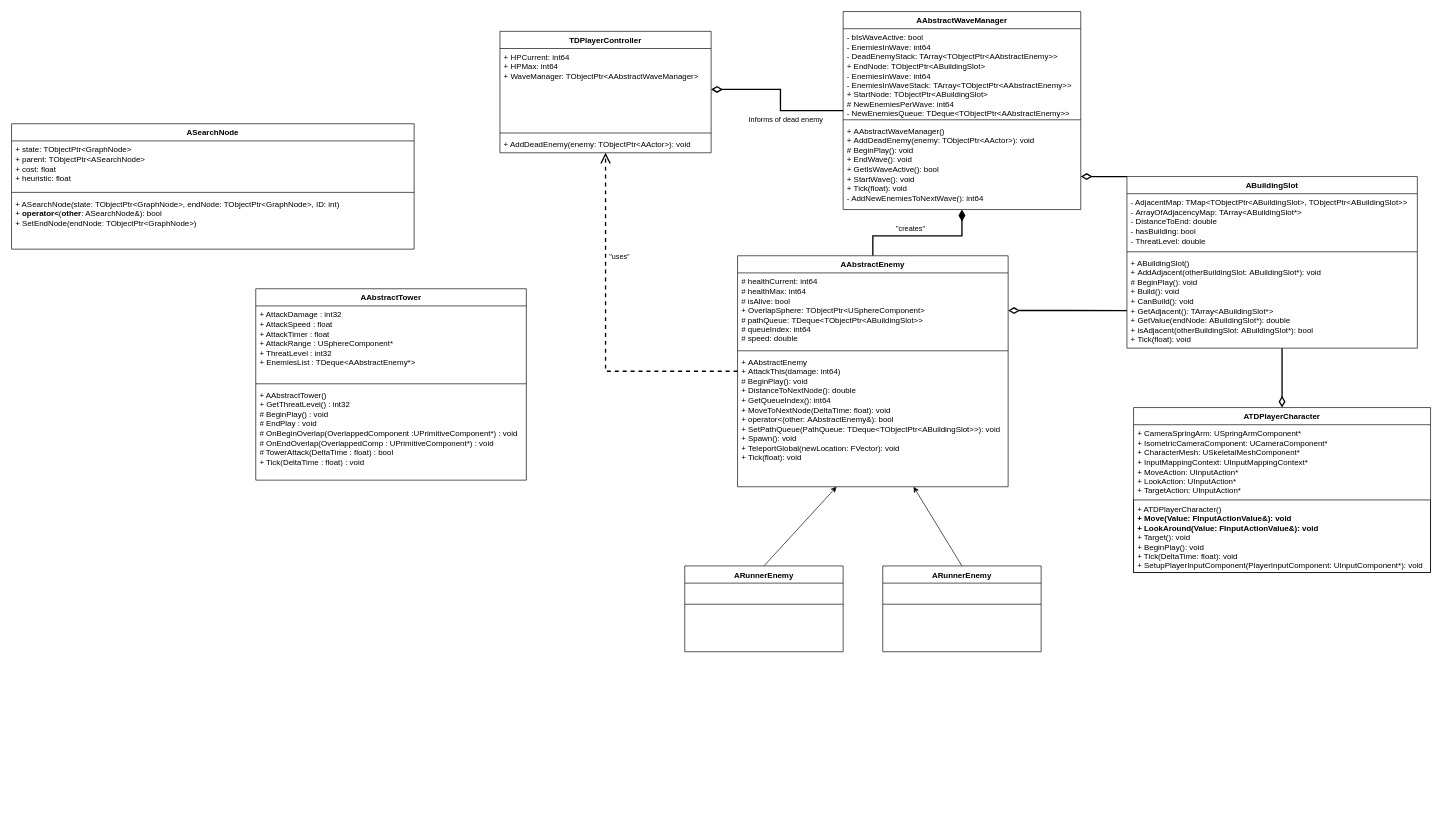
The draw.io diagram UML.drawio in herrkrabbe/Programming3TD, before the edit. Source tidied: cells renumbered, new cells numbered last; positions are measured from the earlier drawing's top-left corner, leaving out a move shared by most shapes. Both pictures are drawn from the tidied source at 66%, with x=0, y=0 at pixel (11, 11).
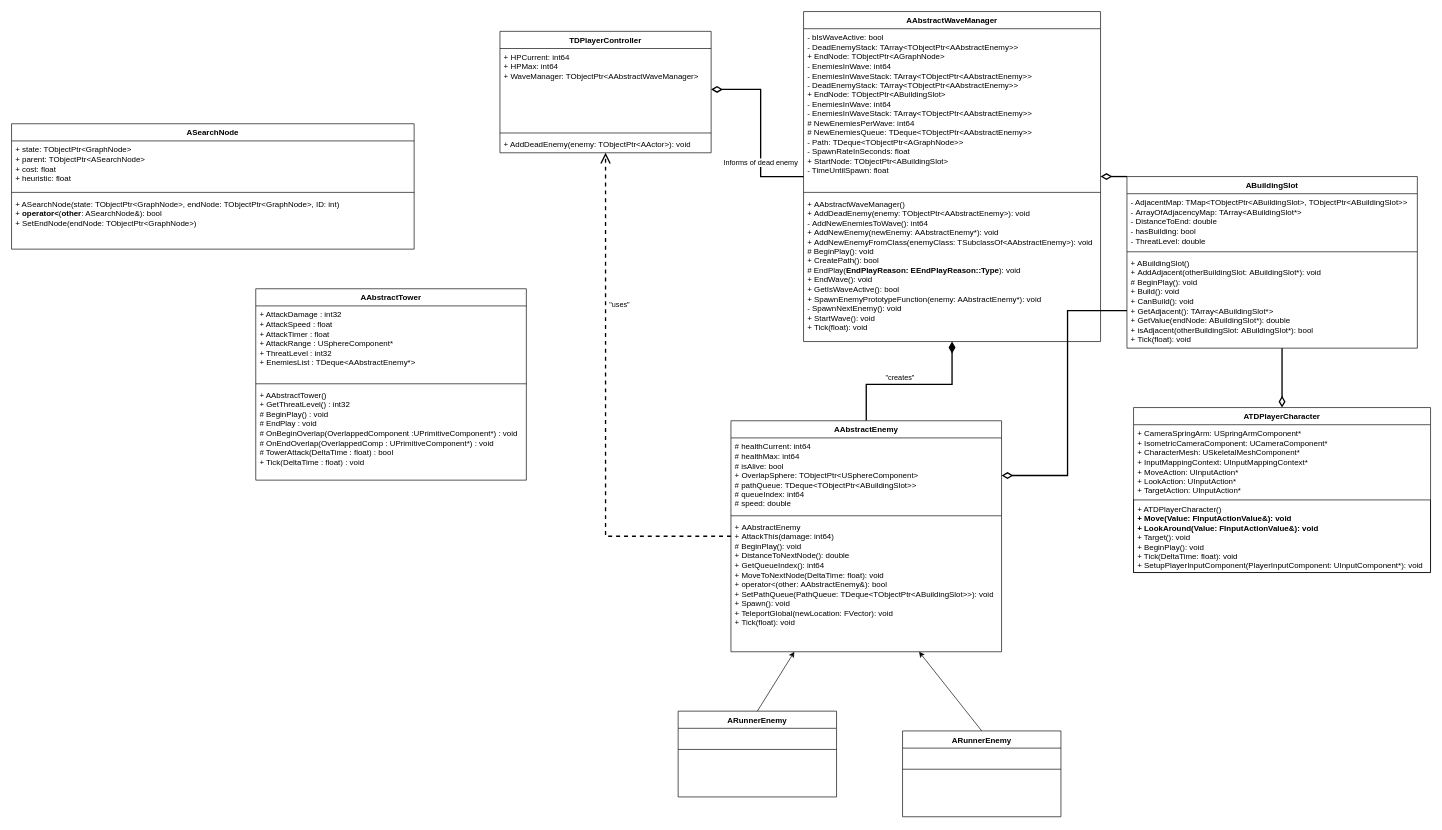
After the change.

Commit message:
UML: updated AbstractWaveManager

Diff of the diagram source:
```diff
@@
     <mxCell id="5" value="AAbstractWaveManager" style="swimlane;fontStyle=1;align=center;verticalAlign=top;horizontal=1;startSize=26;whiteSpace=wrap;html=1;" parent="1" vertex="1">
-      <mxGeometry x="1260" width="360" height="300" as="geometry" />
+      <mxGeometry x="1200" width="450" height="500" as="geometry" />
     </mxCell>
-    <mxCell id="6" value="- bIsWaveActive: bool&lt;br&gt;- EnemiesInWave: int64&lt;br&gt;&lt;div&gt;- DeadEnemyStack: TArray&amp;lt;TObjectPtr&amp;lt;AAbstractEnemy&amp;gt;&amp;gt;&lt;/div&gt;&lt;div&gt;+&amp;nbsp;EndNode:&amp;nbsp;TObjectPtr&amp;lt;ABuildingSlot&amp;gt;&lt;/div&gt;&lt;div&gt;-&amp;nbsp;EnemiesInWave: int64&lt;/div&gt;&lt;div&gt;-&amp;nbsp;EnemiesInWaveStack:&amp;nbsp;TArray&amp;lt;TObjectPtr&amp;lt;AAbstractEnemy&amp;gt;&amp;gt;&lt;/div&gt;&lt;div&gt;+&amp;nbsp;StartNode:&amp;nbsp;TObjectPtr&amp;lt;ABuildingSlot&amp;gt;&lt;/div&gt;&lt;div&gt;# NewEnemiesPerWave: int64&lt;/div&gt;&lt;div&gt;- NewEnemiesQueue: TDeque&amp;lt;TObjectPtr&amp;lt;AAbstractEnemy&amp;gt;&amp;gt;&lt;/div&gt;" style="text;strokeColor=none;fillColor=none;align=left;verticalAlign=top;spacingLeft=4;spacingRight=4;overflow=hidden;whiteSpace=wrap;html=1;" parent="5" vertex="1">
-      <mxGeometry y="26" width="360" height="134" as="geometry" />
+    <mxCell id="6" value="- bIsWaveActive: bool&lt;div&gt;-&amp;nbsp;DeadEnemyStack:&amp;nbsp;TArray&amp;lt;TObjectPtr&amp;lt;AAbstractEnemy&amp;gt;&amp;gt;&lt;/div&gt;&lt;div&gt;+&amp;nbsp;EndNode:&amp;nbsp;TObjectPtr&amp;lt;AGraphNode&amp;gt;&lt;br&gt;- EnemiesInWave: int64&lt;/div&gt;&lt;div&gt;- EnemiesInWaveStack: TArray&amp;lt;TObjectPtr&amp;lt;AAbstractEnemy&amp;gt;&amp;gt;&lt;br&gt;&lt;div&gt;- DeadEnemyStack: TArray&amp;lt;TObjectPtr&amp;lt;AAbstractEnemy&amp;gt;&amp;gt;&lt;/div&gt;&lt;div&gt;+&amp;nbsp;EndNode:&amp;nbsp;TObjectPtr&amp;lt;ABuildingSlot&amp;gt;&lt;/div&gt;&lt;div&gt;-&amp;nbsp;EnemiesInWave: int64&lt;/div&gt;&lt;div&gt;-&amp;nbsp;EnemiesInWaveStack:&amp;nbsp;TArray&amp;lt;TObjectPtr&amp;lt;AAbstractEnemy&amp;gt;&amp;gt;&lt;/div&gt;&lt;div&gt;# NewEnemiesPerWave: int64&lt;/div&gt;&lt;div&gt;# NewEnemiesQueue:&amp;nbsp;&lt;span style=&quot;background-color: initial;&quot;&gt;TDeque&amp;lt;TObjectPtr&amp;lt;AAbstractEnemy&amp;gt;&amp;gt;&lt;/span&gt;&lt;/div&gt;&lt;div&gt;&lt;span style=&quot;background-color: initial;&quot;&gt;- Path:&amp;nbsp;&lt;/span&gt;&lt;span style=&quot;background-color: initial;&quot;&gt;TDeque&amp;lt;TObjectPtr&amp;lt;AGraphNode&amp;gt;&amp;gt;&lt;/span&gt;&lt;/div&gt;&lt;div&gt;&lt;span style=&quot;background-color: initial;&quot;&gt;- SpawnRateInSeconds: float&lt;/span&gt;&lt;/div&gt;&lt;div&gt;+&amp;nbsp;StartNode:&amp;nbsp;TObjectPtr&amp;lt;ABuildingSlot&amp;gt;&lt;/div&gt;&lt;/div&gt;&lt;div&gt;- TimeUntilSpawn: float&lt;/div&gt;" style="text;strokeColor=none;fillColor=none;align=left;verticalAlign=top;spacingLeft=4;spacingRight=4;overflow=hidden;whiteSpace=wrap;html=1;" parent="5" vertex="1">
+      <mxGeometry y="26" width="450" height="244" as="geometry" />
     </mxCell>
     <mxCell id="7" style="line;strokeWidth=1;fillColor=none;align=left;verticalAlign=middle;spacingTop=-1;spacingLeft=3;spacingRight=3;labelPosition=right;strokeColor=inherit;" parent="5" vertex="1">
-      <mxGeometry y="160" width="360" height="8" as="geometry" />
+      <mxGeometry y="270" width="450" height="8" as="geometry" />
     </mxCell>
-    <mxCell id="8" value="+&amp;nbsp;AAbstractWaveManager()&lt;div&gt;+&amp;nbsp;AddDeadEnemy(enemy: TObjectPtr&amp;lt;AActor&amp;gt;): void&lt;/div&gt;&lt;div&gt;# BeginPlay(): void&lt;/div&gt;&lt;div&gt;+&amp;nbsp;EndWave(): void&lt;/div&gt;&lt;div&gt;+&amp;nbsp;GetIsWaveActive(): bool&lt;/div&gt;&lt;div&gt;+&amp;nbsp;StartWave(): void&lt;/div&gt;&lt;div&gt;+&amp;nbsp;Tick(float): void&lt;br&gt;&lt;/div&gt;&lt;div&gt;- AddNewEnemiesToNextWave(): int64&lt;/div&gt;" style="text;strokeColor=none;fillColor=none;align=left;verticalAlign=top;spacingLeft=4;spacingRight=4;overflow=hidden;whiteSpace=wrap;html=1;" parent="5" vertex="1">
-      <mxGeometry y="168" width="360" height="132" as="geometry" />
+    <mxCell id="8" value="+&amp;nbsp;AAbstractWaveManager()&lt;div&gt;+&amp;nbsp;AddDeadEnemy(enemy: TObjectPtr&amp;lt;AAbstractEnemy&amp;gt;): void&lt;/div&gt;&lt;div&gt;-&amp;nbsp;AddNewEnemiesToWave(): int64&lt;/div&gt;&lt;div&gt;+&amp;nbsp;&lt;span style=&quot;white-space: normal;&quot;&gt;&lt;span style=&quot;background-color: initial;&quot;&gt;AddNewEnemy(newEnemy:&amp;nbsp;&lt;/span&gt;&lt;/span&gt;&lt;span style=&quot;background-color: initial;&quot;&gt;AAbstractEnemy*&lt;/span&gt;&lt;span style=&quot;background-color: initial;&quot;&gt;&lt;span style=&quot;background-color: initial;&quot;&gt;):&amp;nbsp;&lt;/span&gt;&lt;/span&gt;&lt;span style=&quot;background-color: initial;&quot;&gt;void&lt;/span&gt;&lt;/div&gt;&lt;div&gt;&lt;span style=&quot;background-color: initial;&quot;&gt;+&amp;nbsp;&lt;/span&gt;&lt;span style=&quot;white-space: normal;&quot;&gt;&lt;span style=&quot;background-color: initial;&quot;&gt;AddNewEnemyFromClass(&lt;/span&gt;&lt;/span&gt;&lt;span style=&quot;background-color: initial;&quot;&gt;enemyClass&lt;/span&gt;&lt;span style=&quot;background-color: initial;&quot;&gt;&lt;span style=&quot;background-color: initial;&quot;&gt;: TSubclassOf&amp;lt;AAbstractEnemy&amp;gt;):&amp;nbsp;&lt;/span&gt;&lt;/span&gt;&lt;span style=&quot;background-color: initial;&quot;&gt;void&lt;/span&gt;&lt;span style=&quot;background-color: initial;&quot;&gt;&amp;nbsp;&lt;/span&gt;&lt;/div&gt;&lt;div&gt;# BeginPlay(): void&lt;/div&gt;&lt;div&gt;+&amp;nbsp;&lt;span style=&quot;white-space: normal;&quot;&gt;&lt;span style=&quot;background-color: initial;&quot;&gt;CreatePath(): bool&lt;/span&gt;&lt;/span&gt;&lt;/div&gt;&lt;div&gt;&lt;span style=&quot;background-color: initial;&quot;&gt;&lt;div style=&quot;&quot;&gt;&lt;span style=&quot;white-space: normal;&quot;&gt;# EndPlay(&lt;b&gt;EndPlayReason:&amp;nbsp;&lt;/b&gt;&lt;/span&gt;&lt;span style=&quot;background-color: initial;&quot;&gt;&lt;b&gt;EEndPlayReason::Type&lt;/b&gt;&lt;/span&gt;&lt;span style=&quot;background-color: initial;&quot;&gt;):&amp;nbsp;&lt;/span&gt;&lt;span style=&quot;background-color: initial;&quot;&gt;void&lt;/span&gt;&lt;span style=&quot;background-color: initial;&quot;&gt;&amp;nbsp;&lt;/span&gt;&lt;/div&gt;&lt;/span&gt;&lt;/div&gt;&lt;div&gt;+&amp;nbsp;EndWave(): void&lt;/div&gt;&lt;div&gt;+&amp;nbsp;GetIsWaveActive(): bool&lt;/div&gt;&lt;div&gt;+&amp;nbsp;SpawnEnemyPrototypeFunction(enemy: AAbstractEnemy*): void&lt;/div&gt;&lt;div&gt;-&amp;nbsp;SpawnNextEnemy(): void&lt;/div&gt;&lt;div&gt;+&amp;nbsp;StartWave(): void&lt;/div&gt;&lt;div&gt;+&amp;nbsp;Tick(float): void&lt;br&gt;&lt;/div&gt;" style="text;strokeColor=none;fillColor=none;align=left;verticalAlign=top;spacingLeft=4;spacingRight=4;overflow=hidden;whiteSpace=wrap;html=1;" parent="5" vertex="1">
+      <mxGeometry y="278" width="450" height="222" as="geometry" />
     </mxCell>
@@
     <mxCell id="11" value="AAbstractEnemy" style="swimlane;fontStyle=1;align=center;verticalAlign=top;horizontal=1;startSize=26;whiteSpace=wrap;html=1;" parent="1" vertex="1">
-      <mxGeometry x="1100" y="370" width="410" height="350" as="geometry" />
+      <mxGeometry x="1090" y="620" width="410" height="350" as="geometry" />
     </mxCell>
@@
     <mxCell id="34" value="ARunnerEnemy" style="swimlane;fontStyle=1;align=center;verticalAlign=top;horizontal=1;startSize=26;whiteSpace=wrap;html=1;" parent="1" vertex="1">
-      <mxGeometry x="1020" y="840" width="240" height="130" as="geometry" />
+      <mxGeometry x="1010" y="1060" width="240" height="130" as="geometry" />
     </mxCell>
@@
     <mxCell id="37" value="ARunnerEnemy" style="swimlane;fontStyle=1;align=center;verticalAlign=top;horizontal=1;startSize=26;whiteSpace=wrap;html=1;" parent="1" vertex="1">
-      <mxGeometry x="1320" y="840" width="240" height="130" as="geometry" />
+      <mxGeometry x="1350" y="1090" width="240" height="130" as="geometry" />
     </mxCell>
@@
-    <mxCell id="41" style="endArrow=classic;html=1;rounded=0;exitX=0.5;exitY=0;exitDx=0;exitDy=0;" parent="1" edge="1" source="34">
-      <mxGeometry relative="1" as="geometry">
-        <mxPoint x="1250" y="720" as="targetPoint" />
-      </mxGeometry>
+    <mxCell id="41" style="endArrow=classic;html=1;rounded=0;exitX=0.5;exitY=0;exitDx=0;exitDy=0;" parent="1" edge="1" source="34" target="11">
+      <mxGeometry relative="1" as="geometry" />
     </mxCell>
```
